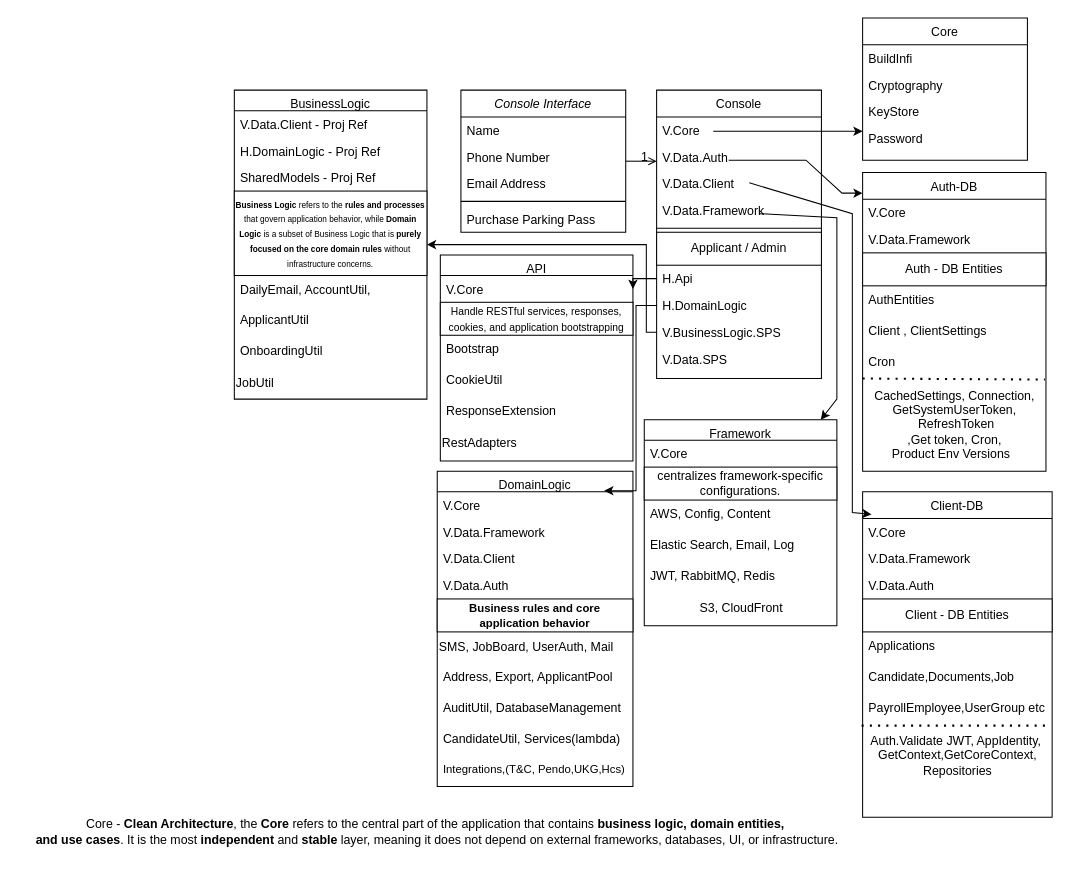
Above: Untitled Diagram.drawio in LalgyThomas/GITPR (draw.io), before the change. Source tidied: cells renumbered, new cells numbered last; positions are measured from the earlier drawing's top-left corner, leaving out a move shared by most shapes. Both pictures are drawn from the tidied source at 103%, with x=0, y=0 at pixel (18, 18).
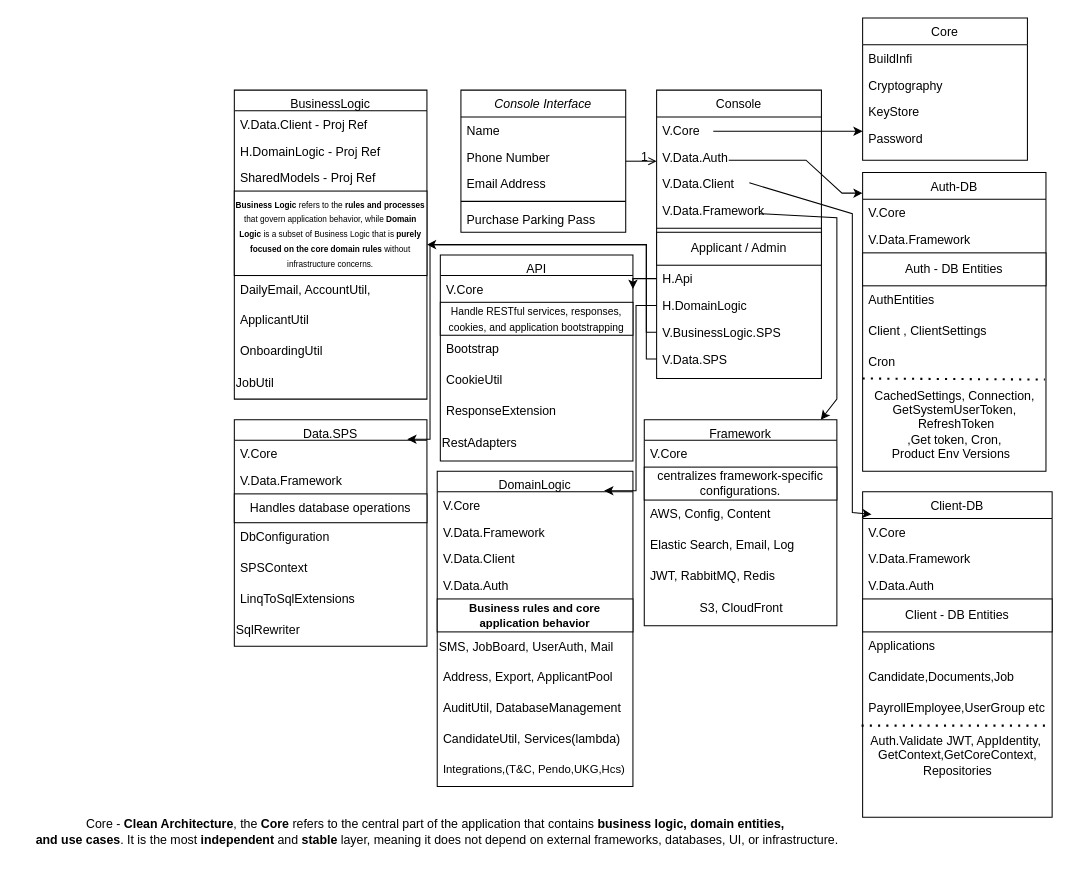
Above is the later version.

The change refers to these unchanged cells:
```xml
<mxCell id="26" value="V.Data.SPS" style="text;align=left;verticalAlign=top;spacingLeft=4;spacingRight=4;overflow=hidden;points=[[0,0.5],[1,0.5]];portConstraint=eastwest;" parent="14" vertex="1">
  <mxGeometry y="248" width="160" height="26" as="geometry" />
</mxCell>
```

The edit, as a diff of the source:
```diff
@@
+    <mxCell id="87" value="Data.SPS" style="swimlane;fontStyle=0;align=center;verticalAlign=top;horizontal=1;startSize=20;rounded=0;shadow=0;strokeWidth=1;" parent="1" vertex="1">
+      <mxGeometry x="210" y="390" width="187" height="220" as="geometry" />
+    </mxCell>
+    <mxCell id="88" value="V.Core" style="text;align=left;verticalAlign=top;spacingLeft=4;spacingRight=4;overflow=hidden;points=[[0,0.5],[1,0.5]];portConstraint=eastwest;" parent="87" vertex="1">
+      <mxGeometry y="20" width="187" height="26" as="geometry" />
+    </mxCell>
+    <mxCell id="89" value="V.Data.Framework" style="text;align=left;verticalAlign=top;spacingLeft=4;spacingRight=4;overflow=hidden;rounded=0;shadow=0;html=0;" parent="87" vertex="1">
+      <mxGeometry y="46" width="187" height="26" as="geometry" />
+    </mxCell>
+    <mxCell id="90" value="Handles database operations" style="rounded=0;whiteSpace=wrap;html=1;fontStyle=0;" parent="87" vertex="1">
+      <mxGeometry y="72" width="187" height="28" as="geometry" />
+    </mxCell>
+    <mxCell id="91" value="DbConfiguration" style="text;align=left;verticalAlign=top;spacingLeft=4;spacingRight=4;overflow=hidden;rounded=0;shadow=0;html=0;" parent="87" vertex="1">
+      <mxGeometry y="100" width="187" height="30" as="geometry" />
+    </mxCell>
+    <mxCell id="92" value="SPSContext" style="text;align=left;verticalAlign=top;spacingLeft=4;spacingRight=4;overflow=hidden;rounded=0;shadow=0;html=0;" parent="87" vertex="1">
+      <mxGeometry y="130" width="187" height="30" as="geometry" />
+    </mxCell>
+    <mxCell id="93" value="LinqToSqlExtensions" style="text;align=left;verticalAlign=top;spacingLeft=4;spacingRight=4;overflow=hidden;rounded=0;shadow=0;html=0;" parent="87" vertex="1">
+      <mxGeometry y="160" width="187" height="30" as="geometry" />
+    </mxCell>
+    <mxCell id="94" value="SqlRewriter" style="text;html=1;align=left;verticalAlign=middle;strokeColor=none;fillColor=none;rotation=0;" parent="87" vertex="1">
+      <mxGeometry y="190" width="187" height="30" as="geometry" />
+    </mxCell>
+    <mxCell id="95" style="edgeStyle=orthogonalEdgeStyle;rounded=0;jettySize=auto;html=1;entryX=0.898;entryY=-0.038;entryDx=0;entryDy=0;entryPerimeter=0;" parent="1" edge="1" source="26" target="88">
+      <mxGeometry relative="1" as="geometry">
+        <Array as="points">
+          <mxPoint x="610" y="331" />
+          <mxPoint x="610" y="220" />
+          <mxPoint x="400" y="220" />
+          <mxPoint x="400" y="409" />
+        </Array>
+      </mxGeometry>
+    </mxCell>
```
